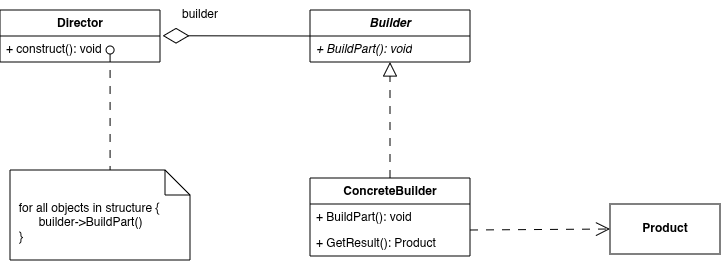
Before: docs/source/_static/builder.drawio.png, a diagram exported from draw.io (james5635/GeekForGeek-Design-Pattern). Source tidied: cells renumbered, new cells last; positions are measured from the earlier drawing's top-left corner, leaving out a move shared by most shapes. Source of this version:
```xml
<mxGraphModel>
  <root>
    <mxCell id="0" />
    <mxCell id="1" parent="0" />
    <mxCell id="2" value="Director" style="swimlane;fontStyle=1;align=center;verticalAlign=top;horizontal=1;startSize=26;whiteSpace=wrap;html=1;" parent="1" vertex="1">
      <mxGeometry y="10" width="160" height="52" as="geometry" />
    </mxCell>
    <mxCell id="3" value="+ construct(): void" style="text;strokeColor=none;fillColor=none;align=left;verticalAlign=top;spacingLeft=4;spacingRight=4;overflow=hidden;points=[[0,0.5],[1,0.5]];portConstraint=eastwest;whiteSpace=wrap;html=1;" parent="2" vertex="1">
      <mxGeometry y="26" width="160" height="26" as="geometry" />
    </mxCell>
    <mxCell id="4" value="&amp;nbsp; for all objects in structure {&lt;div&gt;&amp;nbsp; &lt;span style=&quot;white-space: pre;&quot;&gt;&#9;&lt;/span&gt;builder-&amp;gt;BuildPart()&lt;br&gt;&lt;div&gt;&amp;nbsp; }&lt;/div&gt;&lt;/div&gt;" style="shape=note2;boundedLbl=1;whiteSpace=wrap;html=1;size=25;verticalAlign=top;align=left;" parent="1" vertex="1">
      <mxGeometry x="10" y="170" width="180" height="90" as="geometry" />
    </mxCell>
    <mxCell id="5" value="&lt;i&gt;Builder&lt;/i&gt;" style="swimlane;fontStyle=1;align=center;verticalAlign=top;horizontal=1;startSize=26;whiteSpace=wrap;html=1;" parent="1" vertex="1">
      <mxGeometry x="310" y="10" width="160" height="52" as="geometry" />
    </mxCell>
    <mxCell id="6" value="&lt;i&gt;+ BuildPart(): void&lt;/i&gt;" style="text;strokeColor=none;fillColor=none;align=left;verticalAlign=top;spacingLeft=4;spacingRight=4;overflow=hidden;whiteSpace=wrap;html=1;" parent="5" vertex="1">
      <mxGeometry y="26" width="160" height="26" as="geometry" />
    </mxCell>
    <mxCell id="7" value="ConcreteBuilder" style="swimlane;fontStyle=1;align=center;verticalAlign=top;horizontal=1;startSize=26;whiteSpace=wrap;html=1;" parent="1" vertex="1">
      <mxGeometry x="310" y="178" width="160" height="78" as="geometry" />
    </mxCell>
    <mxCell id="8" value="+ BuildPart(): void" style="text;strokeColor=none;fillColor=none;align=left;verticalAlign=top;spacingLeft=4;spacingRight=4;overflow=hidden;whiteSpace=wrap;html=1;" parent="7" vertex="1">
      <mxGeometry y="26" width="160" height="26" as="geometry" />
    </mxCell>
    <mxCell id="9" value="+ GetResult(): Product" style="text;strokeColor=none;fillColor=none;align=left;verticalAlign=top;spacingLeft=4;spacingRight=4;overflow=hidden;whiteSpace=wrap;html=1;" parent="7" vertex="1">
      <mxGeometry y="52" width="160" height="26" as="geometry" />
    </mxCell>
    <mxCell id="10" style="endArrow=block;dashed=1;endFill=0;endSize=12;html=1;rounded=0;exitX=0.5;exitY=0;exitDx=0;exitDy=0;entryX=0.5;entryY=1;entryDx=0;entryDy=0;dashPattern=8 8;" parent="1" edge="1" source="7" target="5">
      <mxGeometry relative="1" as="geometry" />
    </mxCell>
    <mxCell id="11" value="&lt;b&gt;Product&lt;/b&gt;" style="html=1;whiteSpace=wrap;" parent="1" vertex="1">
      <mxGeometry x="610" y="204" width="110" height="50" as="geometry" />
    </mxCell>
    <mxCell id="12" style="endArrow=open;endSize=12;dashed=1;html=1;rounded=0;entryX=0;entryY=0.5;entryDx=0;entryDy=0;dashPattern=8 8;" parent="1" edge="1" target="11">
      <mxGeometry relative="1" as="geometry">
        <mxPoint x="470" y="230" as="sourcePoint" />
      </mxGeometry>
    </mxCell>
    <mxCell id="13" style="endArrow=diamondThin;endFill=0;endSize=24;html=1;rounded=0;entryX=1.016;entryY=-0.01;entryDx=0;entryDy=0;entryPerimeter=0;exitX=0;exitY=0.5;exitDx=0;exitDy=0;" parent="1" edge="1" source="5" target="3">
      <mxGeometry relative="1" as="geometry" />
    </mxCell>
    <mxCell id="14" value="builder" style="text;html=1;whiteSpace=wrap;strokeColor=none;fillColor=none;align=center;verticalAlign=middle;rounded=0;" parent="1" vertex="1">
      <mxGeometry x="170" width="60" height="30" as="geometry" />
    </mxCell>
    <mxCell id="15" style="html=1;verticalAlign=bottom;labelBackgroundColor=none;startArrow=oval;startFill=0;startSize=8;endArrow=none;rounded=0;dashed=1;dashPattern=8 8;exitX=0.688;exitY=0.538;exitDx=0;exitDy=0;exitPerimeter=0;entryX=0.556;entryY=0;entryDx=0;entryDy=0;entryPerimeter=0;" parent="1" edge="1" source="3" target="4">
      <mxGeometry x="-1" y="3" relative="1" as="geometry" />
    </mxCell>
  </root>
</mxGraphModel>
```
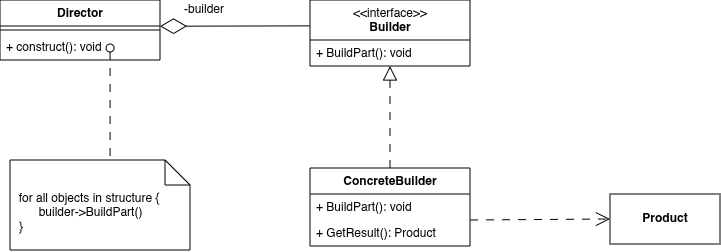
After the commit.

The edit, as a diff of the source:
```diff
@@ -3,19 +3,22 @@
     <mxCell id="0" />
     <mxCell id="1" parent="0" />
     <mxCell id="2" value="Director" style="swimlane;fontStyle=1;align=center;verticalAlign=top;horizontal=1;startSize=26;whiteSpace=wrap;html=1;" parent="1" vertex="1">
-      <mxGeometry y="10" width="160" height="52" as="geometry" />
+      <mxGeometry y="10" width="160" height="60" as="geometry" />
     </mxCell>
+    <mxCell id="16" style="line;strokeWidth=1;fillColor=none;align=left;verticalAlign=middle;spacingTop=-1;spacingLeft=3;spacingRight=3;labelPosition=right;strokeColor=inherit;" parent="2" vertex="1">
+      <mxGeometry y="26" width="160" height="8" as="geometry" />
+    </mxCell>
     <mxCell id="3" value="+ construct(): void" style="text;strokeColor=none;fillColor=none;align=left;verticalAlign=top;spacingLeft=4;spacingRight=4;overflow=hidden;points=[[0,0.5],[1,0.5]];portConstraint=eastwest;whiteSpace=wrap;html=1;" parent="2" vertex="1">
-      <mxGeometry y="26" width="160" height="26" as="geometry" />
+      <mxGeometry y="34" width="160" height="26" as="geometry" />
     </mxCell>
     <mxCell id="4" value="&amp;nbsp; for all objects in structure {&lt;div&gt;&amp;nbsp; &lt;span style=&quot;white-space: pre;&quot;&gt;&#9;&lt;/span&gt;builder-&amp;gt;BuildPart()&lt;br&gt;&lt;div&gt;&amp;nbsp; }&lt;/div&gt;&lt;/div&gt;" style="shape=note2;boundedLbl=1;whiteSpace=wrap;html=1;size=25;verticalAlign=top;align=left;" parent="1" vertex="1">
       <mxGeometry x="10" y="170" width="180" height="90" as="geometry" />
     </mxCell>
-    <mxCell id="5" value="&lt;i&gt;Builder&lt;/i&gt;" style="swimlane;fontStyle=1;align=center;verticalAlign=top;horizontal=1;startSize=26;whiteSpace=wrap;html=1;" parent="1" vertex="1">
-      <mxGeometry x="310" y="10" width="160" height="52" as="geometry" />
+    <mxCell id="5" value="&lt;div&gt;&lt;span style=&quot;font-weight: normal;&quot;&gt;&amp;lt;&amp;lt;interface&amp;gt;&amp;gt;&lt;/span&gt;&lt;/div&gt;Builder" style="swimlane;fontStyle=1;align=center;verticalAlign=top;horizontal=1;startSize=40;whiteSpace=wrap;html=1;" parent="1" vertex="1">
+      <mxGeometry x="310" y="10" width="160" height="66" as="geometry" />
     </mxCell>
-    <mxCell id="6" value="&lt;i&gt;+ BuildPart(): void&lt;/i&gt;" style="text;strokeColor=none;fillColor=none;align=left;verticalAlign=top;spacingLeft=4;spacingRight=4;overflow=hidden;whiteSpace=wrap;html=1;" parent="5" vertex="1">
-      <mxGeometry y="26" width="160" height="26" as="geometry" />
+    <mxCell id="6" value="+ BuildPart(): void" style="text;strokeColor=none;fillColor=none;align=left;verticalAlign=top;spacingLeft=4;spacingRight=4;overflow=hidden;whiteSpace=wrap;html=1;" parent="5" vertex="1">
+      <mxGeometry y="40" width="160" height="26" as="geometry" />
     </mxCell>
     <mxCell id="7" value="ConcreteBuilder" style="swimlane;fontStyle=1;align=center;verticalAlign=top;horizontal=1;startSize=26;whiteSpace=wrap;html=1;" parent="1" vertex="1">
       <mxGeometry x="310" y="178" width="160" height="78" as="geometry" />
@@ -37,11 +40,11 @@
         <mxPoint x="470" y="230" as="sourcePoint" />
       </mxGeometry>
     </mxCell>
-    <mxCell id="13" style="endArrow=diamondThin;endFill=0;endSize=24;html=1;rounded=0;entryX=1.016;entryY=-0.01;entryDx=0;entryDy=0;entryPerimeter=0;exitX=0;exitY=0.5;exitDx=0;exitDy=0;" parent="1" edge="1" source="5" target="3">
+    <mxCell id="13" style="endArrow=diamondThin;endFill=0;endSize=24;html=1;rounded=0;entryX=1;entryY=0.437;entryDx=0;entryDy=0;entryPerimeter=0;exitX=-0.001;exitY=0.392;exitDx=0;exitDy=0;exitPerimeter=0;" parent="1" edge="1" source="5" target="2">
       <mxGeometry relative="1" as="geometry" />
     </mxCell>
-    <mxCell id="14" value="builder" style="text;html=1;whiteSpace=wrap;strokeColor=none;fillColor=none;align=center;verticalAlign=middle;rounded=0;" parent="1" vertex="1">
-      <mxGeometry x="170" width="60" height="30" as="geometry" />
+    <mxCell id="14" value="-builder" style="text;html=1;whiteSpace=wrap;strokeColor=none;fillColor=none;align=center;verticalAlign=middle;rounded=0;" parent="1" vertex="1">
+      <mxGeometry x="174" y="10" width="60" height="20" as="geometry" />
     </mxCell>
     <mxCell id="15" style="html=1;verticalAlign=bottom;labelBackgroundColor=none;startArrow=oval;startFill=0;startSize=8;endArrow=none;rounded=0;dashed=1;dashPattern=8 8;exitX=0.688;exitY=0.538;exitDx=0;exitDy=0;exitPerimeter=0;entryX=0.556;entryY=0;entryDx=0;entryDy=0;entryPerimeter=0;" parent="1" edge="1" source="3" target="4">
       <mxGeometry x="-1" y="3" relative="1" as="geometry" />
```
